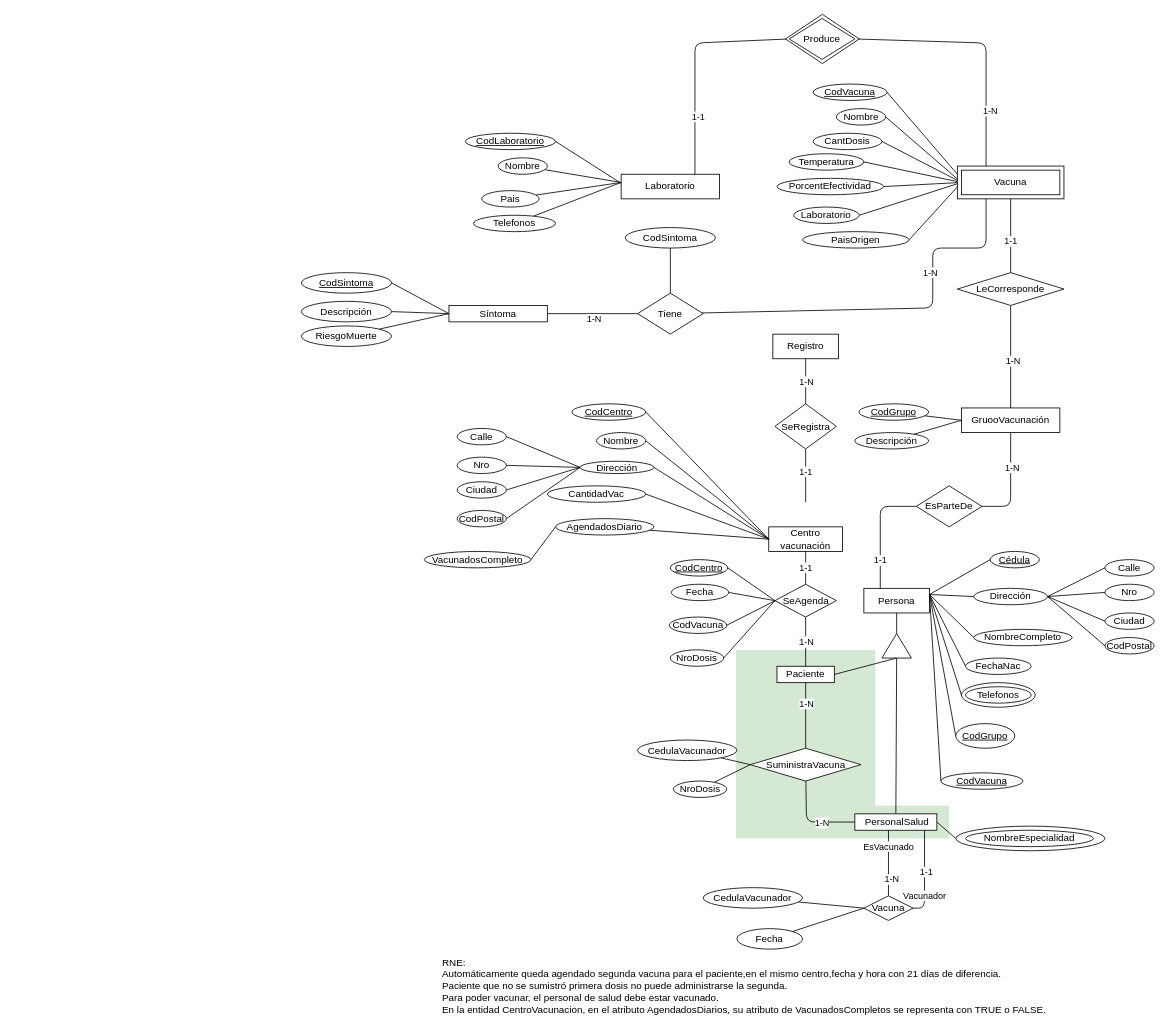
Before: ObligatorioBsDs1-Diagrama 2 .drawio in ceciliaB97/obligatorioBsDs1, a draw.io diagram. Source tidied: cells renumbered, new cells numbered last; positions are measured from the earlier drawing's top-left corner, leaving out a move shared by most shapes. Both pictures are drawn from the tidied source at 82%, with x=0, y=0 at pixel (301, 14).
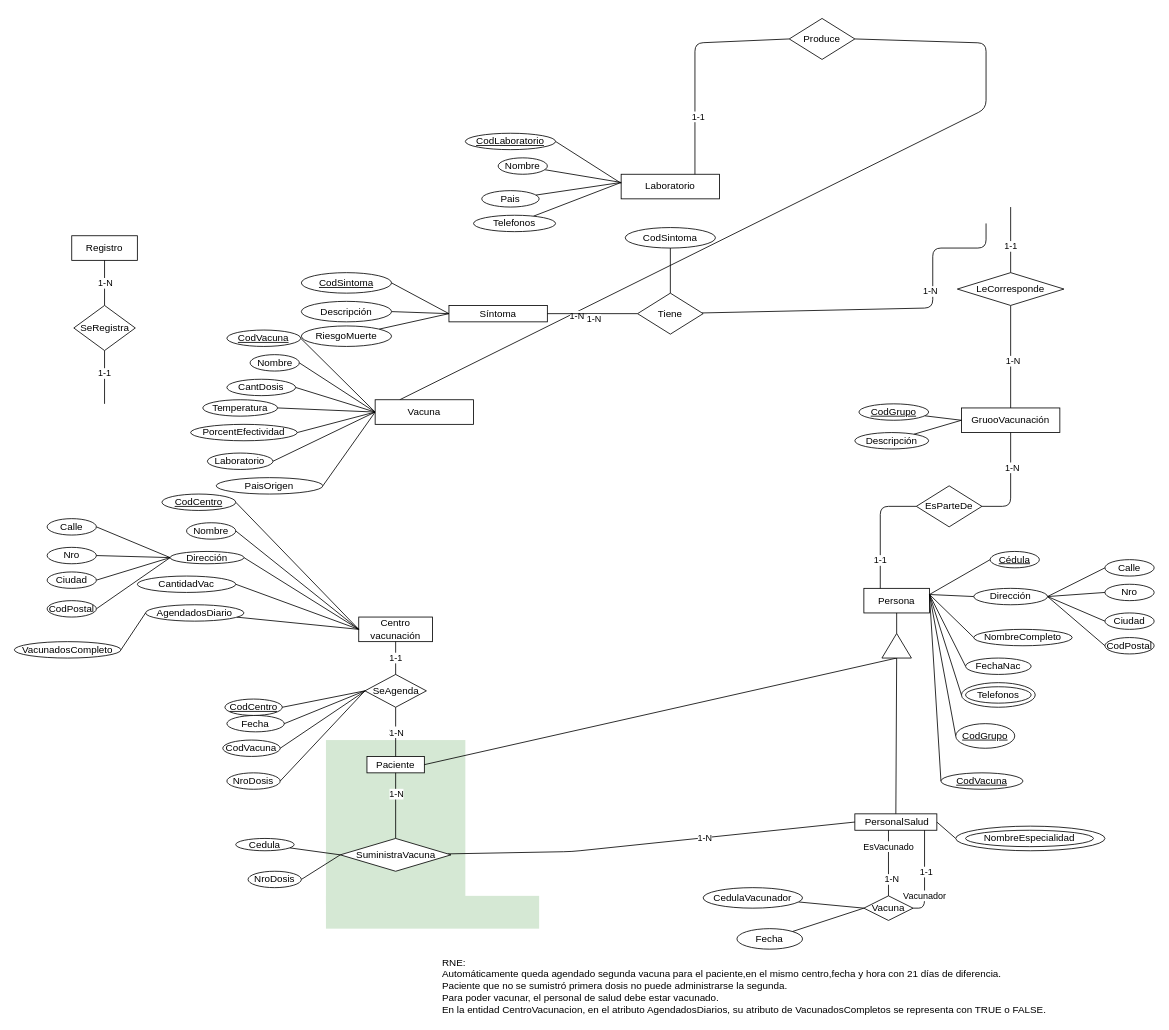
Above is the later version.

Commit message (it also covers changes not shown here):
added notas - diagrama mathi- screenshot

added notas - diagrama mathi- screenshot

Unchanged cells that the change refers to:
```xml
<mxCell id="37" value="&amp;nbsp;PersonalSalud" style="whiteSpace=wrap;html=1;rounded=0;sketch=0;" parent="1" vertex="1">
  <mxGeometry x="675" y="975" width="100" height="20" as="geometry" />
</mxCell>
<mxCell id="66" value="LeCorresponde" style="rhombus;whiteSpace=wrap;html=1;fontSize=12;strokeWidth=1;align=center;direction=south;rotation=0;" parent="1" vertex="1">
  <mxGeometry x="800" y="315" width="130" height="40" as="geometry" />
</mxCell>
<mxCell id="136" value="Tiene" style="rhombus;whiteSpace=wrap;html=1;rounded=0;sketch=0;" parent="1" vertex="1">
  <mxGeometry x="410" y="340" width="80" height="50" as="geometry" />
</mxCell>
```

Change to the diagram source:
```diff
@@
     <mxCell id="2" style="group;" parent="1" vertex="1">
-      <mxGeometry x="530" y="775" width="260" height="230" as="geometry" />
+      <mxGeometry x="30" y="885" width="260" height="230" as="geometry" />
     </mxCell>
@@
     <mxCell id="12" value="Fecha" style="ellipse;whiteSpace=wrap;html=1;" parent="1" vertex="1">
-      <mxGeometry x="451.2" y="695" width="70" height="20" as="geometry" />
+      <mxGeometry x="-90.8" y="855" width="70" height="20" as="geometry" />
     </mxCell>
     <mxCell id="13" value="Centro vacunación" style="whiteSpace=wrap;html=1;" parent="1" vertex="1">
-      <mxGeometry x="570" y="625" width="90" height="30" as="geometry" />
+      <mxGeometry x="70" y="735" width="90" height="30" as="geometry" />
     </mxCell>
     <mxCell id="14" value="Paciente" style="whiteSpace=wrap;html=1;" parent="1" vertex="1">
-      <mxGeometry x="580" y="795" width="70" height="20" as="geometry" />
+      <mxGeometry x="80" y="905" width="70" height="20" as="geometry" />
     </mxCell>
@@
     <mxCell id="17" value="SeAgenda" style="rhombus;whiteSpace=wrap;html=1;" parent="1" vertex="1">
-      <mxGeometry x="577.5" y="695" width="75" height="40" as="geometry" />
+      <mxGeometry x="77.5" y="805" width="75" height="40" as="geometry" />
     </mxCell>
@@
     <mxCell id="19" value="CodCentro" style="ellipse;whiteSpace=wrap;html=1;fontStyle=4;" parent="1" vertex="1">
-      <mxGeometry x="450" y="665" width="70" height="20" as="geometry" />
+      <mxGeometry x="-93.2" y="835" width="70" height="20" as="geometry" />
     </mxCell>
@@
     <mxCell id="21" value="CodVacuna" style="ellipse;whiteSpace=wrap;html=1;" parent="1" vertex="1">
-      <mxGeometry x="448.8" y="735" width="70" height="20" as="geometry" />
+      <mxGeometry x="-95.8" y="885" width="70" height="20" as="geometry" />
     </mxCell>
@@
     <mxCell id="23" style="endArrow=none;html=1;entryX=1;entryY=0.5;entryDx=0;entryDy=0;" parent="1" edge="1" target="21">
       <mxGeometry relative="1" as="geometry">
-        <mxPoint x="578" y="715" as="sourcePoint" />
+        <mxPoint x="78" y="825" as="sourcePoint" />
       </mxGeometry>
     </mxCell>
     <mxCell id="24" value="NroDosis" style="ellipse;whiteSpace=wrap;html=1;fontStyle=0;direction=south;" parent="1" vertex="1">
-      <mxGeometry x="450" y="775" width="65" height="20" as="geometry" />
+      <mxGeometry x="-90.8" y="925" width="65" height="20" as="geometry" />
     </mxCell>
@@
     <mxCell id="27" value="Registro" style="whiteSpace=wrap;html=1;fontSize=12;strokeWidth=1;align=center;" parent="1" vertex="1">
-      <mxGeometry x="575" y="390" width="80" height="30" as="geometry" />
+      <mxGeometry x="-280" y="270" width="80" height="30" as="geometry" />
     </mxCell>
@@
     <mxCell id="30" value="1-1" style="edgeStyle=none;rounded=1;sketch=0;jettySize=auto;html=1;entryX=0.5;entryY=0;entryDx=0;entryDy=0;endArrow=none;endFill=0;" parent="1" edge="1" source="31">
       <mxGeometry x="-0.14" relative="1" as="geometry">
-        <mxPoint x="615" y="595" as="targetPoint" />
+        <mxPoint x="-240" y="475" as="targetPoint" />
       </mxGeometry>
     </mxCell>
     <mxCell id="31" value="SeRegistra" style="rhombus;whiteSpace=wrap;html=1;fontSize=12;strokeWidth=1;align=center;direction=south;rotation=0;" parent="1" vertex="1">
-      <mxGeometry x="577.5" y="475" width="75" height="55" as="geometry" />
+      <mxGeometry x="-277.5" y="355" width="75" height="55" as="geometry" />
     </mxCell>
@@
-    <mxCell id="62" style="edgeStyle=none;rounded=1;sketch=0;jettySize=auto;html=1;entryX=0.5;entryY=1;entryDx=0;entryDy=0;endArrow=none;endFill=0;" parent="1" edge="1" source="66" target="145">
-      <mxGeometry relative="1" as="geometry" />
+    <mxCell id="62" style="edgeStyle=none;rounded=1;sketch=0;jettySize=auto;html=1;endArrow=none;endFill=0;" parent="1" edge="1" source="66">
+      <mxGeometry relative="1" as="geometry">
+        <mxPoint x="865" y="235" as="targetPoint" />
+      </mxGeometry>
     </mxCell>
@@
     <mxCell id="67" style="edgeStyle=none;rounded=1;sketch=0;jettySize=auto;html=1;entryX=0;entryY=0.5;entryDx=0;entryDy=0;endArrow=none;endFill=0;" parent="1" edge="1" source="71" target="37">
       <mxGeometry relative="1" as="geometry">
         <Array as="points">
-          <mxPoint x="616" y="985" />
+          <mxPoint x="330" y="1021" />
         </Array>
       </mxGeometry>
     </mxCell>
@@
     <mxCell id="71" value="SuministraVacuna" style="rhombus;whiteSpace=wrap;html=1;" parent="1" vertex="1">
-      <mxGeometry x="547.5" y="895" width="135" height="40" as="geometry" />
+      <mxGeometry x="47.5" y="1005" width="135" height="40" as="geometry" />
     </mxCell>
@@
-    <mxCell id="73" value="CedulaVacunador" style="ellipse;whiteSpace=wrap;html=1;rounded=0;sketch=0;" parent="1" vertex="1">
-      <mxGeometry x="410" y="885" width="121.2" height="25" as="geometry" />
+    <mxCell id="73" value="Cedula" style="ellipse;whiteSpace=wrap;html=1;rounded=0;sketch=0;" parent="1" vertex="1">
+      <mxGeometry x="-80" y="1005" width="71.2" height="15" as="geometry" />
     </mxCell>
-    <mxCell id="74" style="edgeStyle=none;rounded=1;sketch=0;jettySize=auto;html=1;entryX=0;entryY=0.5;entryDx=0;entryDy=0;endArrow=none;endFill=0;" parent="1" edge="1" source="75" target="71">
+    <mxCell id="74" style="edgeStyle=none;rounded=1;sketch=0;jettySize=auto;html=1;entryX=0;entryY=0.5;entryDx=0;entryDy=0;endArrow=none;endFill=0;exitX=0.5;exitY=0;exitDx=0;exitDy=0;" parent="1" edge="1" source="75" target="71">
       <mxGeometry relative="1" as="geometry" />
     </mxCell>
     <mxCell id="75" value="NroDosis" style="ellipse;whiteSpace=wrap;html=1;fontStyle=0;direction=south;" parent="1" vertex="1">
-      <mxGeometry x="453.8" y="935" width="65" height="20" as="geometry" />
+      <mxGeometry x="-65" y="1045" width="65" height="20" as="geometry" />
     </mxCell>
@@
     <mxCell id="90" value="Nro" style="ellipse;whiteSpace=wrap;html=1;rounded=0;sketch=0;" parent="1" vertex="1">
-      <mxGeometry x="190" y="540" width="60" height="20" as="geometry" />
+      <mxGeometry x="-310" y="650" width="60" height="20" as="geometry" />
     </mxCell>
@@
     <mxCell id="92" value="CantidadVac" style="ellipse;whiteSpace=wrap;html=1;rounded=0;sketch=0;" parent="1" vertex="1">
-      <mxGeometry x="300" y="575" width="120" height="20" as="geometry" />
+      <mxGeometry x="-200" y="685" width="120" height="20" as="geometry" />
     </mxCell>
@@
     <mxCell id="94" value="Nombre" style="ellipse;whiteSpace=wrap;html=1;rounded=0;sketch=0;" parent="1" vertex="1">
-      <mxGeometry x="360" y="510" width="60" height="20" as="geometry" />
+      <mxGeometry x="-140" y="620" width="60" height="20" as="geometry" />
     </mxCell>
@@
     <mxCell id="97" style="edgeStyle=none;rounded=1;sketch=0;jettySize=auto;html=1;endArrow=none;endFill=0;exitX=0;exitY=0.5;exitDx=0;exitDy=0;" parent="1" edge="1" source="100">
       <mxGeometry relative="1" as="geometry">
-        <mxPoint x="250" y="550" as="targetPoint" />
+        <mxPoint x="-250" y="660" as="targetPoint" />
       </mxGeometry>
     </mxCell>
@@
     <mxCell id="100" value="Dirección" style="ellipse;whiteSpace=wrap;html=1;rounded=0;sketch=0;" parent="1" vertex="1">
-      <mxGeometry x="340" y="545" width="90" height="15" as="geometry" />
+      <mxGeometry x="-160" y="655" width="90" height="15" as="geometry" />
     </mxCell>
     <mxCell id="101" value="Calle" style="ellipse;whiteSpace=wrap;html=1;rounded=0;sketch=0;" parent="1" vertex="1">
-      <mxGeometry x="190" y="505" width="60" height="20" as="geometry" />
+      <mxGeometry x="-310" y="615" width="60" height="20" as="geometry" />
     </mxCell>
     <mxCell id="102" value="CodPostal" style="ellipse;whiteSpace=wrap;html=1;rounded=0;sketch=0;" parent="1" vertex="1">
-      <mxGeometry x="190" y="605" width="60" height="20" as="geometry" />
+      <mxGeometry x="-310" y="715" width="60" height="20" as="geometry" />
     </mxCell>
     <mxCell id="103" value="Ciudad" style="ellipse;whiteSpace=wrap;html=1;rounded=0;sketch=0;" parent="1" vertex="1">
-      <mxGeometry x="190" y="570" width="60" height="20" as="geometry" />
+      <mxGeometry x="-310" y="680" width="60" height="20" as="geometry" />
     </mxCell>
@@
     <mxCell id="105" value="AgendadosDiario" style="ellipse;whiteSpace=wrap;html=1;rounded=0;sketch=0;" parent="1" vertex="1">
-      <mxGeometry x="310" y="615" width="120" height="20" as="geometry" />
+      <mxGeometry x="-190" y="720" width="120" height="20" as="geometry" />
     </mxCell>
@@
     <mxCell id="107" value="VacunadosCompleto" style="ellipse;whiteSpace=wrap;html=1;rounded=0;sketch=0;" parent="1" vertex="1">
-      <mxGeometry x="150" y="655" width="130" height="20" as="geometry" />
+      <mxGeometry x="-350" y="765" width="130" height="20" as="geometry" />
     </mxCell>
@@
     <mxCell id="109" value="Nombre" style="ellipse;whiteSpace=wrap;html=1;rounded=0;sketch=0;" parent="1" vertex="1">
-      <mxGeometry x="652.5" y="115" width="60" height="20" as="geometry" />
+      <mxGeometry x="-62.5" y="415" width="60" height="20" as="geometry" />
     </mxCell>
@@
     <mxCell id="111" value="CantDosis" style="ellipse;whiteSpace=wrap;html=1;rounded=0;sketch=0;" parent="1" vertex="1">
-      <mxGeometry x="624.2" y="145" width="83.8" height="20" as="geometry" />
+      <mxGeometry x="-90.8" y="445" width="83.8" height="20" as="geometry" />
     </mxCell>
@@
     <mxCell id="113" value="Temperatura" style="ellipse;whiteSpace=wrap;html=1;rounded=0;sketch=0;" parent="1" vertex="1">
-      <mxGeometry x="594.8" y="170" width="91.2" height="20" as="geometry" />
+      <mxGeometry x="-120.2" y="470" width="91.2" height="20" as="geometry" />
     </mxCell>
@@
     <mxCell id="115" value="PorcentEfectividad" style="ellipse;whiteSpace=wrap;html=1;rounded=0;sketch=0;" parent="1" vertex="1">
-      <mxGeometry x="580" y="200" width="130" height="20" as="geometry" />
+      <mxGeometry x="-135" y="500" width="130" height="20" as="geometry" />
     </mxCell>
@@
     <mxCell id="117" value="Laboratorio" style="ellipse;whiteSpace=wrap;html=1;rounded=0;sketch=0;" parent="1" vertex="1">
-      <mxGeometry x="600.4" y="235" width="80" height="20" as="geometry" />
+      <mxGeometry x="-114.6" y="535" width="80" height="20" as="geometry" />
     </mxCell>
@@
     <mxCell id="119" value="PaisOrigen" style="ellipse;whiteSpace=wrap;html=1;rounded=0;sketch=0;" parent="1" vertex="1">
-      <mxGeometry x="611.2" y="265" width="130" height="20" as="geometry" />
+      <mxGeometry x="-103.8" y="565" width="130" height="20" as="geometry" />
     </mxCell>
@@
-    <mxCell id="132" style="edgeStyle=none;rounded=1;sketch=0;jettySize=auto;html=1;entryX=0.25;entryY=1;entryDx=0;entryDy=0;endArrow=none;endFill=0;" parent="1" edge="1" source="136" target="145">
+    <mxCell id="132" style="edgeStyle=none;rounded=1;sketch=0;jettySize=auto;html=1;endArrow=none;endFill=0;" parent="1" edge="1" source="136">
       <mxGeometry relative="1" as="geometry">
+        <mxPoint x="835" y="255" as="targetPoint" />
         <Array as="points">
           <mxPoint x="770" y="358" />
           <mxPoint x="770" y="285" />
           <mxPoint x="835" y="285" />
         </Array>
       </mxGeometry>
     </mxCell>
@@
-    <mxCell id="143" style="group;" parent="1" vertex="1">
-      <mxGeometry x="800" y="185" width="130" height="40" as="geometry" />
-    </mxCell>
-    <mxCell id="144" style="rounded=0;whiteSpace=wrap;html=1;" parent="143" vertex="1">
-      <mxGeometry width="130" height="40" as="geometry" />
-    </mxCell>
-    <mxCell id="145" value="Vacuna" style="whiteSpace=wrap;html=1;rounded=0;sketch=0;" parent="143" vertex="1">
-      <mxGeometry x="5" y="5" width="120" height="30" as="geometry" />
-    </mxCell>
-    <mxCell id="146" style="group;" parent="1" vertex="1">
-      <mxGeometry x="590.4" width="90" height="60" as="geometry" />
-    </mxCell>
-    <mxCell id="147" style="rhombus;whiteSpace=wrap;html=1;" parent="146" vertex="1">
-      <mxGeometry width="90" height="60" as="geometry" />
-    </mxCell>
-    <mxCell id="148" value="Produce" style="rhombus;whiteSpace=wrap;html=1;rounded=0;sketch=0;" parent="146" vertex="1">
-      <mxGeometry x="4.6" y="5" width="80" height="50" as="geometry" />
-    </mxCell>
@@
-    <mxCell id="154" style="edgeStyle=none;rounded=0;jettySize=auto;html=1;entryX=0;entryY=0.25;entryDx=0;entryDy=0;endArrow=none;endFill=0;exitX=1;exitY=0.5;exitDx=0;exitDy=0;" parent="1" edge="1" source="155" target="144">
+    <mxCell id="154" style="edgeStyle=none;rounded=0;jettySize=auto;html=1;entryX=0;entryY=0.5;entryDx=0;entryDy=0;endArrow=none;endFill=0;exitX=1;exitY=0.5;exitDx=0;exitDy=0;" parent="1" edge="1" source="155" target="145">
       <mxGeometry relative="1" as="geometry" />
     </mxCell>
     <mxCell id="155" value="CodVacuna" style="ellipse;whiteSpace=wrap;html=1;rounded=0;sketch=0;fontStyle=4;" parent="1" vertex="1">
-      <mxGeometry x="624.2" y="85" width="90" height="20" as="geometry" />
+      <mxGeometry x="-90.8" y="385" width="90" height="20" as="geometry" />
     </mxCell>
@@
     <mxCell id="157" value="CodCentro" style="ellipse;whiteSpace=wrap;html=1;rounded=0;sketch=0;fontStyle=4;" parent="1" vertex="1">
-      <mxGeometry x="330" y="475" width="90" height="20" as="geometry" />
+      <mxGeometry x="-170" y="585" width="90" height="20" as="geometry" />
     </mxCell>
+    <mxCell id="148" value="Produce" style="rhombus;whiteSpace=wrap;html=1;rounded=0;sketch=0;" parent="1" vertex="1">
+      <mxGeometry x="595" y="5" width="80" height="50" as="geometry" />
+    </mxCell>
+    <mxCell id="145" value="Vacuna" style="whiteSpace=wrap;html=1;rounded=0;sketch=0;" parent="1" vertex="1">
+      <mxGeometry x="90" y="470" width="120" height="30" as="geometry" />
+    </mxCell>
```
